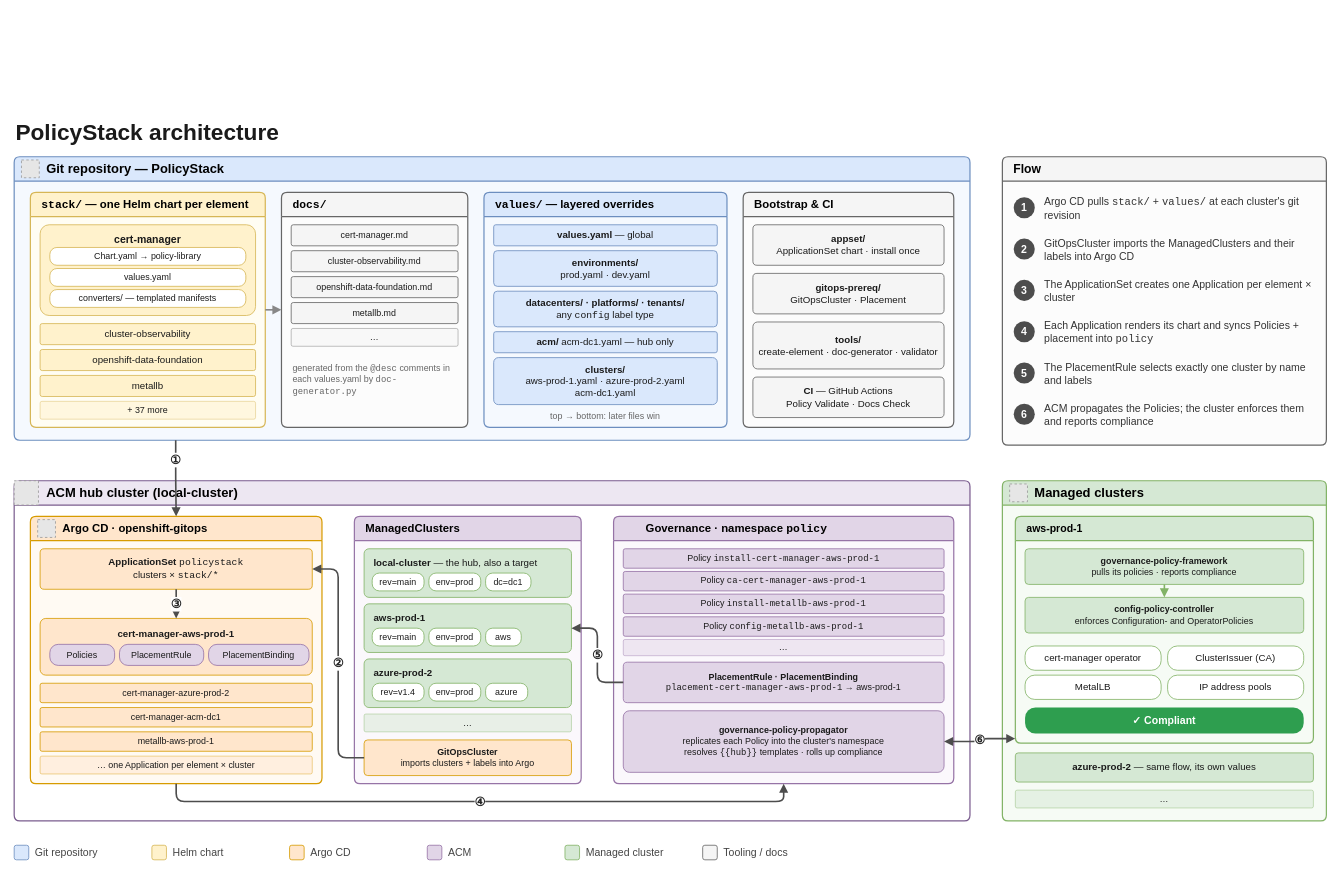
The draw.io diagram diagrams/architecture.drawio in asamoorerh/PolicyStack-testing, before the edit. Source tidied: cells renumbered, new cells numbered last; positions are measured from the earlier drawing's top-left corner, leaving out a move shared by most shapes. Both pictures are drawn from the tidied source at 81%, with x=0, y=0 at pixel (14, 116). Pictures stored in the file or linked from it are replaced by grey dashed boxes.
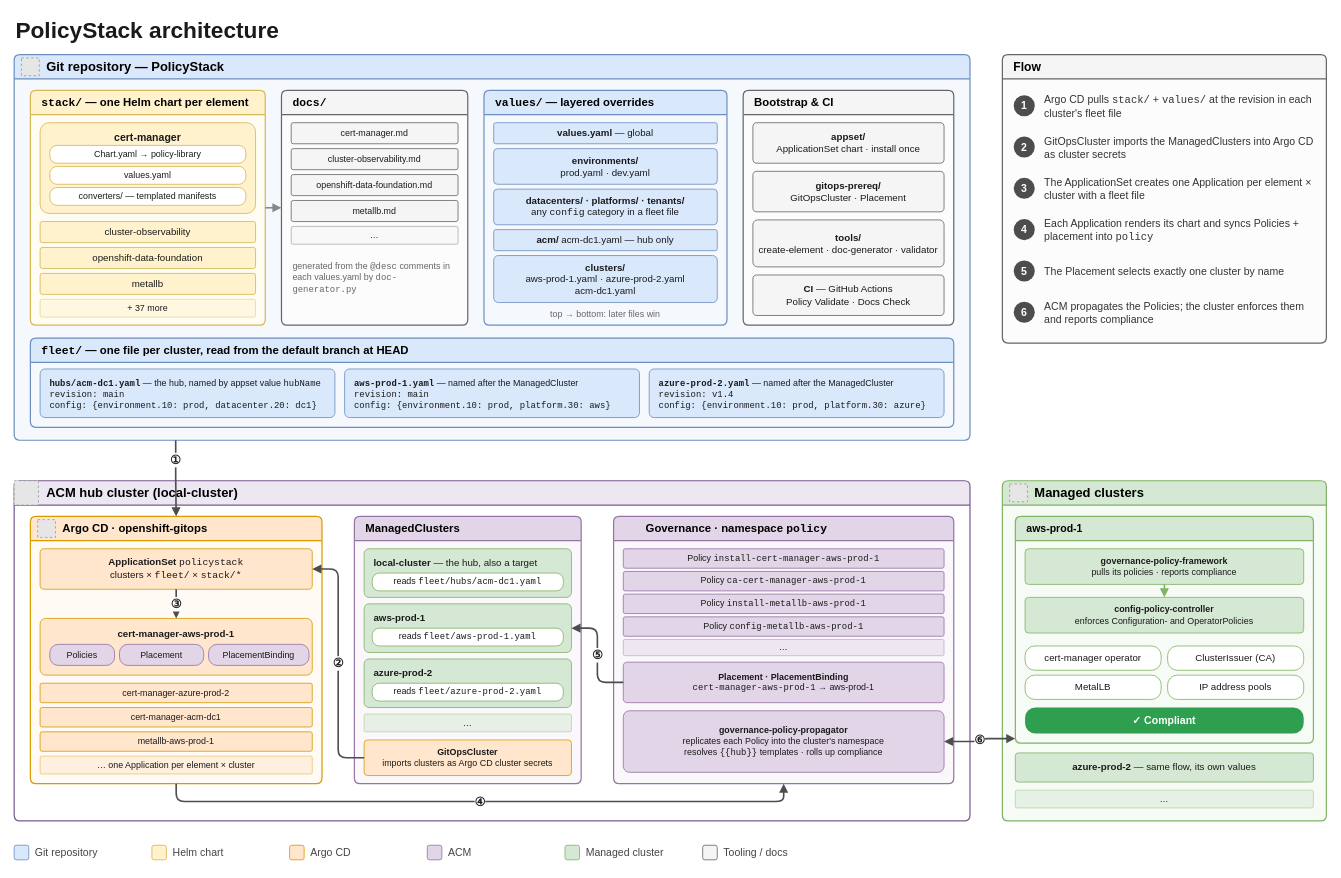
The same page after the edit.

The change refers to these unchanged cells:
```xml
<mxCell id="21" value="&lt;font face=&quot;Courier New&quot;&gt;values/&lt;/font&gt; — layered overrides" style="swimlane;html=1;whiteSpace=wrap;startSize=30;fillColor=#dae8fc;strokeColor=#6c8ebf;swimlaneFillColor=#f5f9fe;fontStyle=1;fontSize=14;rounded=1;absoluteArcSize=1;arcSize=14;strokeWidth=1.5;align=left;spacingLeft=12;" parent="3" vertex="1">
  <mxGeometry x="580" y="44" width="300" height="290" as="geometry" />
</mxCell>
<mxCell id="35" value="Argo CD · openshift-gitops" style="swimlane;html=1;whiteSpace=wrap;startSize=30;fillColor=#ffe6cc;strokeColor=#d79b00;swimlaneFillColor=#fffaf3;fontStyle=1;fontSize=14;rounded=1;absoluteArcSize=1;arcSize=14;strokeWidth=1.5;align=left;spacingLeft=38;" parent="34" vertex="1">
  <mxGeometry x="20" y="44" width="360" height="330" as="geometry" />
</mxCell>
<mxCell id="46" value="ManagedClusters" style="swimlane;html=1;whiteSpace=wrap;startSize=30;fillColor=#e1d5e7;strokeColor=#9673a6;swimlaneFillColor=#fbf8fc;fontStyle=1;fontSize=14;rounded=1;absoluteArcSize=1;arcSize=14;strokeWidth=1.5;align=left;spacingLeft=12;" parent="34" vertex="1">
  <mxGeometry x="420" y="44" width="280" height="330" as="geometry" />
</mxCell>
<mxCell id="61" value="Governance · namespace &lt;font face=&quot;Courier New&quot;&gt;policy&lt;/font&gt;" style="swimlane;html=1;whiteSpace=wrap;startSize=30;fillColor=#e1d5e7;strokeColor=#9673a6;swimlaneFillColor=#fbf8fc;fontStyle=1;fontSize=14;rounded=1;absoluteArcSize=1;arcSize=14;strokeWidth=1.5;align=left;spacingLeft=38;" parent="34" vertex="1">
  <mxGeometry x="740" y="44" width="420" height="330" as="geometry" />
</mxCell>
```

What changed in the source:
```diff
@@
     <mxCell id="2" value="PolicyStack architecture" style="text;html=1;fontSize=28;fontStyle=1;align=left;verticalAlign=middle;fontColor=#1a1a1a;" parent="1" vertex="1">
-      <mxGeometry width="1100" height="40" as="geometry" />
+      <mxGeometry y="-126" width="1100" height="40" as="geometry" />
     </mxCell>
     <mxCell id="3" value="Git repository — PolicyStack" style="swimlane;html=1;whiteSpace=wrap;startSize=30;fillColor=#dae8fc;strokeColor=#6c8ebf;swimlaneFillColor=#f5f9fe;fontStyle=1;fontSize=16;rounded=1;absoluteArcSize=1;arcSize=14;strokeWidth=1.5;align=left;spacingLeft=38;" parent="1" vertex="1">
-      <mxGeometry y="50" width="1180" height="350" as="geometry" />
+      <mxGeometry y="-76" width="1180" height="476" as="geometry" />
     </mxCell>
@@
-    <mxCell id="24" value="&lt;b&gt;datacenters/ · platforms/ · tenants/&lt;/b&gt;&lt;br&gt;any &lt;font face=&quot;Courier New&quot;&gt;config&lt;/font&gt; label type" style="html=1;whiteSpace=wrap;fontSize=12;rounded=1;arcSize=10;fillColor=#dae8fc;strokeColor=#6c8ebf;fontColor=#1a1a1a;align=center;verticalAlign=middle;spacingLeft=6;spacingRight=6;" parent="21" vertex="1">
+    <mxCell id="24" value="&lt;b&gt;datacenters/ · platforms/ · tenants/&lt;/b&gt;&lt;br&gt;any &lt;font face=&quot;Courier New&quot;&gt;config&lt;/font&gt; category in a fleet file" style="html=1;whiteSpace=wrap;fontSize=12;rounded=1;arcSize=10;fillColor=#dae8fc;strokeColor=#6c8ebf;fontColor=#1a1a1a;align=center;verticalAlign=middle;spacingLeft=6;spacingRight=6;" parent="21" vertex="1">
       <mxGeometry x="12" y="122" width="276" height="44" as="geometry" />
     </mxCell>
@@
+    <mxCell id="114" value="&lt;font face=&quot;Courier New&quot;&gt;fleet/&lt;/font&gt; — one file per cluster, read from the default branch at HEAD" style="swimlane;html=1;whiteSpace=wrap;startSize=30;fillColor=#dae8fc;strokeColor=#6c8ebf;swimlaneFillColor=#f5f9fe;fontStyle=1;fontSize=14;rounded=1;absoluteArcSize=1;arcSize=14;strokeWidth=1.5;align=left;spacingLeft=12;" parent="3" vertex="1">
+      <mxGeometry x="20" y="350" width="1140" height="110" as="geometry" />
+    </mxCell>
+    <mxCell id="115" value="&lt;b&gt;&lt;font face=&quot;Courier New&quot;&gt;hubs/acm-dc1.yaml&lt;/font&gt;&lt;/b&gt; — the hub, named by appset value &lt;font face=&quot;Courier New&quot;&gt;hubName&lt;/font&gt;&lt;br&gt;&lt;font face=&quot;Courier New&quot;&gt;revision: main&lt;br&gt;config: {environment.10: prod, datacenter.20: dc1}&lt;/font&gt;" style="html=1;whiteSpace=wrap;fontSize=11;rounded=1;arcSize=10;fillColor=#dae8fc;strokeColor=#6c8ebf;fontColor=#1a1a1a;align=left;verticalAlign=top;spacingLeft=10;spacingRight=6;spacingTop=4;" parent="114" vertex="1">
+      <mxGeometry x="12" y="38" width="364" height="60" as="geometry" />
+    </mxCell>
+    <mxCell id="116" value="&lt;b&gt;&lt;font face=&quot;Courier New&quot;&gt;aws-prod-1.yaml&lt;/font&gt;&lt;/b&gt; — named after the ManagedCluster&lt;br&gt;&lt;font face=&quot;Courier New&quot;&gt;revision: main&lt;br&gt;config: {environment.10: prod, platform.30: aws}&lt;/font&gt;" style="html=1;whiteSpace=wrap;fontSize=11;rounded=1;arcSize=10;fillColor=#dae8fc;strokeColor=#6c8ebf;fontColor=#1a1a1a;align=left;verticalAlign=top;spacingLeft=10;spacingRight=6;spacingTop=4;" parent="114" vertex="1">
+      <mxGeometry x="388" y="38" width="364" height="60" as="geometry" />
+    </mxCell>
+    <mxCell id="117" value="&lt;b&gt;&lt;font face=&quot;Courier New&quot;&gt;azure-prod-2.yaml&lt;/font&gt;&lt;/b&gt; — named after the ManagedCluster&lt;br&gt;&lt;font face=&quot;Courier New&quot;&gt;revision: v1.4&lt;br&gt;config: {environment.10: prod, platform.30: azure}&lt;/font&gt;" style="html=1;whiteSpace=wrap;fontSize=11;rounded=1;arcSize=10;fillColor=#dae8fc;strokeColor=#6c8ebf;fontColor=#1a1a1a;align=left;verticalAlign=top;spacingLeft=10;spacingRight=6;spacingTop=4;" parent="114" vertex="1">
+      <mxGeometry x="764" y="38" width="364" height="60" as="geometry" />
+    </mxCell>
@@
-    <mxCell id="37" value="&lt;b&gt;ApplicationSet&lt;/b&gt; &lt;font face=&quot;Courier New&quot;&gt;policystack&lt;/font&gt;&lt;br&gt;clusters × &lt;font face=&quot;Courier New&quot;&gt;stack/*&lt;/font&gt;" style="html=1;whiteSpace=wrap;fontSize=12;rounded=1;arcSize=10;fillColor=#ffe6cc;strokeColor=#d79b00;fontColor=#1a1a1a;align=center;verticalAlign=middle;spacingLeft=6;spacingRight=6;" parent="35" vertex="1">
+    <mxCell id="37" value="&lt;b&gt;ApplicationSet&lt;/b&gt; &lt;font face=&quot;Courier New&quot;&gt;policystack&lt;/font&gt;&lt;br&gt;clusters × &lt;font face=&quot;Courier New&quot;&gt;fleet/&lt;/font&gt; × &lt;font face=&quot;Courier New&quot;&gt;stack/*&lt;/font&gt;" style="html=1;whiteSpace=wrap;fontSize=12;rounded=1;arcSize=10;fillColor=#ffe6cc;strokeColor=#d79b00;fontColor=#1a1a1a;align=center;verticalAlign=middle;spacingLeft=6;spacingRight=6;" parent="35" vertex="1">
       <mxGeometry x="12" y="40" width="336" height="50" as="geometry" />
     </mxCell>
@@
-    <mxCell id="40" value="PlacementRule" style="html=1;whiteSpace=wrap;fontSize=11;rounded=1;arcSize=40;fillColor=#e1d5e7;strokeColor=#9673a6;fontColor=#1a1a1a;align=center;verticalAlign=middle;spacingLeft=2;spacingRight=2;" parent="35" vertex="1">
+    <mxCell id="40" value="Placement" style="html=1;whiteSpace=wrap;fontSize=11;rounded=1;arcSize=40;fillColor=#e1d5e7;strokeColor=#9673a6;fontColor=#1a1a1a;align=center;verticalAlign=middle;spacingLeft=2;spacingRight=2;" parent="35" vertex="1">
       <mxGeometry x="110" y="158" width="104" height="26" as="geometry" />
     </mxCell>
@@
-    <mxCell id="48" value="rev=main" style="html=1;whiteSpace=wrap;fontSize=11;rounded=1;arcSize=40;fillColor=#ffffff;strokeColor=#82b366;fontColor=#1a1a1a;align=center;verticalAlign=middle;spacingLeft=2;spacingRight=2;" parent="46" vertex="1">
-      <mxGeometry x="22" y="70" width="64" height="22" as="geometry" />
+    <mxCell id="48" value="reads &lt;font face=&quot;Courier New&quot;&gt;fleet/hubs/acm-dc1.yaml&lt;/font&gt;" style="html=1;whiteSpace=wrap;fontSize=11;rounded=1;arcSize=40;fillColor=#ffffff;strokeColor=#82b366;fontColor=#1a1a1a;align=center;verticalAlign=middle;spacingLeft=2;spacingRight=2;" parent="46" vertex="1">
+      <mxGeometry x="22" y="70" width="236" height="22" as="geometry" />
     </mxCell>
-    <mxCell id="49" value="env=prod" style="html=1;whiteSpace=wrap;fontSize=11;rounded=1;arcSize=40;fillColor=#ffffff;strokeColor=#82b366;fontColor=#1a1a1a;align=center;verticalAlign=middle;spacingLeft=2;spacingRight=2;" parent="46" vertex="1">
-      <mxGeometry x="92" y="70" width="64" height="22" as="geometry" />
-    </mxCell>
-    <mxCell id="50" value="dc=dc1" style="html=1;whiteSpace=wrap;fontSize=11;rounded=1;arcSize=40;fillColor=#ffffff;strokeColor=#82b366;fontColor=#1a1a1a;align=center;verticalAlign=middle;spacingLeft=2;spacingRight=2;" parent="46" vertex="1">
-      <mxGeometry x="162" y="70" width="56" height="22" as="geometry" />
-    </mxCell>
@@
-    <mxCell id="52" value="rev=main" style="html=1;whiteSpace=wrap;fontSize=11;rounded=1;arcSize=40;fillColor=#ffffff;strokeColor=#82b366;fontColor=#1a1a1a;align=center;verticalAlign=middle;spacingLeft=2;spacingRight=2;" parent="46" vertex="1">
-      <mxGeometry x="22" y="138" width="64" height="22" as="geometry" />
+    <mxCell id="52" value="reads &lt;font face=&quot;Courier New&quot;&gt;fleet/aws-prod-1.yaml&lt;/font&gt;" style="html=1;whiteSpace=wrap;fontSize=11;rounded=1;arcSize=40;fillColor=#ffffff;strokeColor=#82b366;fontColor=#1a1a1a;align=center;verticalAlign=middle;spacingLeft=2;spacingRight=2;" parent="46" vertex="1">
+      <mxGeometry x="22" y="138" width="236" height="22" as="geometry" />
     </mxCell>
-    <mxCell id="53" value="env=prod" style="html=1;whiteSpace=wrap;fontSize=11;rounded=1;arcSize=40;fillColor=#ffffff;strokeColor=#82b366;fontColor=#1a1a1a;align=center;verticalAlign=middle;spacingLeft=2;spacingRight=2;" parent="46" vertex="1">
-      <mxGeometry x="92" y="138" width="64" height="22" as="geometry" />
-    </mxCell>
-    <mxCell id="54" value="aws" style="html=1;whiteSpace=wrap;fontSize=11;rounded=1;arcSize=40;fillColor=#ffffff;strokeColor=#82b366;fontColor=#1a1a1a;align=center;verticalAlign=middle;spacingLeft=2;spacingRight=2;" parent="46" vertex="1">
-      <mxGeometry x="162" y="138" width="44" height="22" as="geometry" />
-    </mxCell>
@@
-    <mxCell id="56" value="rev=v1.4" style="html=1;whiteSpace=wrap;fontSize=11;rounded=1;arcSize=40;fillColor=#ffffff;strokeColor=#82b366;fontColor=#1a1a1a;align=center;verticalAlign=middle;spacingLeft=2;spacingRight=2;" parent="46" vertex="1">
-      <mxGeometry x="22" y="206" width="64" height="22" as="geometry" />
+    <mxCell id="56" value="reads &lt;font face=&quot;Courier New&quot;&gt;fleet/azure-prod-2.yaml&lt;/font&gt;" style="html=1;whiteSpace=wrap;fontSize=11;rounded=1;arcSize=40;fillColor=#ffffff;strokeColor=#82b366;fontColor=#1a1a1a;align=center;verticalAlign=middle;spacingLeft=2;spacingRight=2;" parent="46" vertex="1">
+      <mxGeometry x="22" y="206" width="236" height="22" as="geometry" />
     </mxCell>
-    <mxCell id="57" value="env=prod" style="html=1;whiteSpace=wrap;fontSize=11;rounded=1;arcSize=40;fillColor=#ffffff;strokeColor=#82b366;fontColor=#1a1a1a;align=center;verticalAlign=middle;spacingLeft=2;spacingRight=2;" parent="46" vertex="1">
-      <mxGeometry x="92" y="206" width="64" height="22" as="geometry" />
-    </mxCell>
-    <mxCell id="58" value="azure" style="html=1;whiteSpace=wrap;fontSize=11;rounded=1;arcSize=40;fillColor=#ffffff;strokeColor=#82b366;fontColor=#1a1a1a;align=center;verticalAlign=middle;spacingLeft=2;spacingRight=2;" parent="46" vertex="1">
-      <mxGeometry x="162" y="206" width="52" height="22" as="geometry" />
-    </mxCell>
@@
-    <mxCell id="60" value="&lt;b&gt;GitOpsCluster&lt;/b&gt;&lt;br&gt;imports clusters + labels into Argo" style="html=1;whiteSpace=wrap;fontSize=11;rounded=1;arcSize=10;fillColor=#ffe6cc;strokeColor=#d79b00;fontColor=#1a1a1a;align=center;verticalAlign=middle;spacingLeft=6;spacingRight=6;" parent="46" vertex="1">
+    <mxCell id="60" value="&lt;b&gt;GitOpsCluster&lt;/b&gt;&lt;br&gt;imports clusters as Argo CD cluster secrets" style="html=1;whiteSpace=wrap;fontSize=11;rounded=1;arcSize=10;fillColor=#ffe6cc;strokeColor=#d79b00;fontColor=#1a1a1a;align=center;verticalAlign=middle;spacingLeft=6;spacingRight=6;" parent="46" vertex="1">
       <mxGeometry x="12" y="276" width="256" height="44" as="geometry" />
     </mxCell>
@@
-    <mxCell id="67" value="&lt;b&gt;PlacementRule · PlacementBinding&lt;/b&gt;&lt;br&gt;&lt;font face=&quot;Courier New&quot;&gt;placement-cert-manager-aws-prod-1&lt;/font&gt; → aws-prod-1" style="html=1;whiteSpace=wrap;fontSize=11;rounded=1;arcSize=10;fillColor=#e1d5e7;strokeColor=#9673a6;fontColor=#1a1a1a;align=center;verticalAlign=middle;spacingLeft=6;spacingRight=6;" parent="61" vertex="1">
+    <mxCell id="67" value="&lt;b&gt;Placement · PlacementBinding&lt;/b&gt;&lt;br&gt;&lt;font face=&quot;Courier New&quot;&gt;cert-manager-aws-prod-1&lt;/font&gt; → aws-prod-1" style="html=1;whiteSpace=wrap;fontSize=11;rounded=1;arcSize=10;fillColor=#e1d5e7;strokeColor=#9673a6;fontColor=#1a1a1a;align=center;verticalAlign=middle;spacingLeft=6;spacingRight=6;" parent="61" vertex="1">
       <mxGeometry x="12" y="180" width="396" height="50" as="geometry" />
     </mxCell>
@@
     <mxCell id="84" value="Flow" style="swimlane;html=1;whiteSpace=wrap;startSize=30;fillColor=#f5f5f5;strokeColor=#666666;swimlaneFillColor=#fcfcfc;fontStyle=1;fontSize=15;rounded=1;absoluteArcSize=1;arcSize=14;strokeWidth=1.5;align=left;spacingLeft=12;" parent="1" vertex="1">
-      <mxGeometry x="1220" y="50" width="400" height="356" as="geometry" />
+      <mxGeometry x="1220" y="-76" width="400" height="356" as="geometry" />
     </mxCell>
@@
-    <mxCell id="86" value="Argo CD pulls &lt;font face=&quot;Courier New&quot;&gt;stack/&lt;/font&gt; + &lt;font face=&quot;Courier New&quot;&gt;values/&lt;/font&gt; at each cluster's git revision" style="html=1;whiteSpace=wrap;fontSize=13;text;align=left;verticalAlign=middle;fontColor=#333333;" parent="84" vertex="1">
+    <mxCell id="86" value="Argo CD pulls &lt;font face=&quot;Courier New&quot;&gt;stack/&lt;/font&gt; + &lt;font face=&quot;Courier New&quot;&gt;values/&lt;/font&gt; at the revision in each cluster's fleet file" style="html=1;whiteSpace=wrap;fontSize=13;text;align=left;verticalAlign=middle;fontColor=#333333;" parent="84" vertex="1">
       <mxGeometry x="50" y="42" width="336" height="44" as="geometry" />
     </mxCell>
@@
-    <mxCell id="88" value="GitOpsCluster imports the ManagedClusters and their labels into Argo CD" style="html=1;whiteSpace=wrap;fontSize=13;text;align=left;verticalAlign=middle;fontColor=#333333;" parent="84" vertex="1">
+    <mxCell id="88" value="GitOpsCluster imports the ManagedClusters into Argo CD as cluster secrets" style="html=1;whiteSpace=wrap;fontSize=13;text;align=left;verticalAlign=middle;fontColor=#333333;" parent="84" vertex="1">
       <mxGeometry x="50" y="93" width="336" height="44" as="geometry" />
     </mxCell>
@@
-    <mxCell id="90" value="The ApplicationSet creates one Application per element × cluster" style="html=1;whiteSpace=wrap;fontSize=13;text;align=left;verticalAlign=middle;fontColor=#333333;" parent="84" vertex="1">
+    <mxCell id="90" value="The ApplicationSet creates one Application per element × cluster with a fleet file" style="html=1;whiteSpace=wrap;fontSize=13;text;align=left;verticalAlign=middle;fontColor=#333333;" parent="84" vertex="1">
       <mxGeometry x="50" y="144" width="336" height="44" as="geometry" />
     </mxCell>
@@
-    <mxCell id="94" value="The PlacementRule selects exactly one cluster by name and labels" style="html=1;whiteSpace=wrap;fontSize=13;text;align=left;verticalAlign=middle;fontColor=#333333;" parent="84" vertex="1">
+    <mxCell id="94" value="The Placement selects exactly one cluster by name" style="html=1;whiteSpace=wrap;fontSize=13;text;align=left;verticalAlign=middle;fontColor=#333333;" parent="84" vertex="1">
       <mxGeometry x="50" y="246" width="336" height="44" as="geometry" />
     </mxCell>
```
